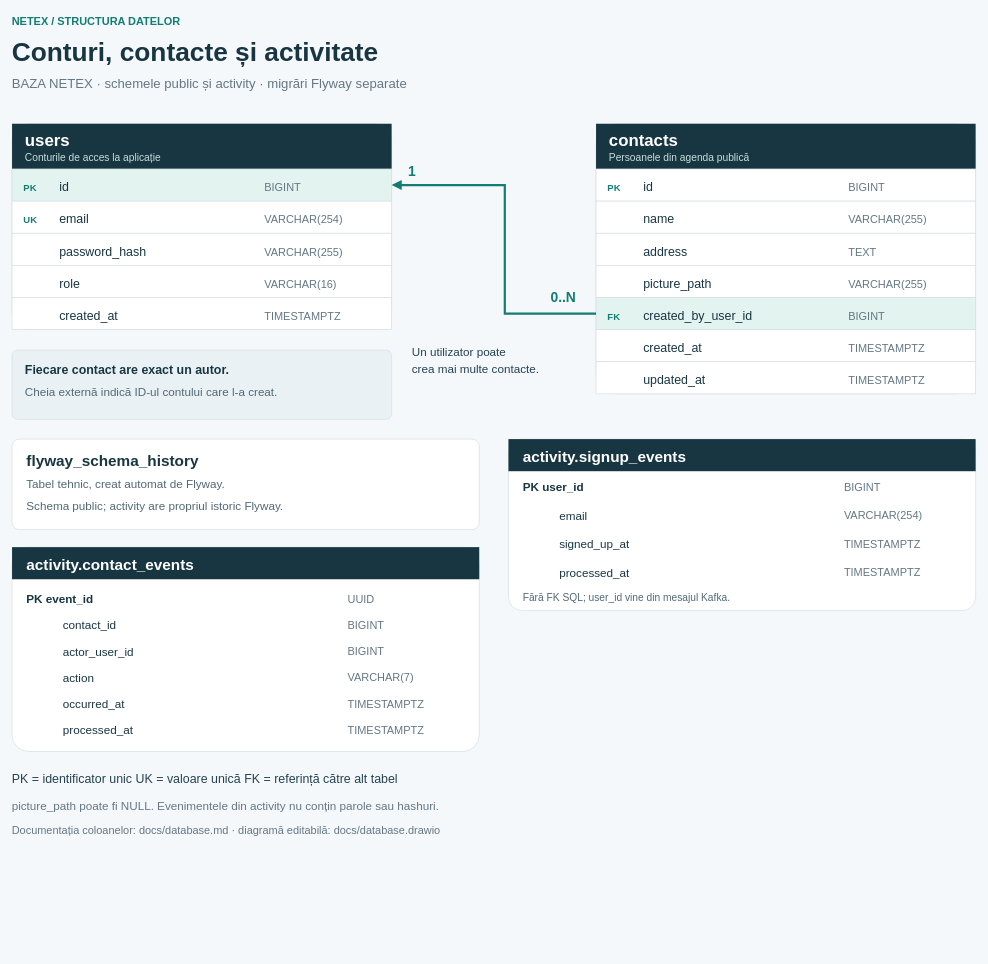
The draw.io diagram docs/database.drawio in MonkeyFonkey1/netex_project, before the edit. Source tidied: cells renumbered, new cells numbered last; positions are measured from the earlier drawing's top-left corner, leaving out a move shared by most shapes. Both pictures are drawn from the tidied source at 73%, with x=0, y=0 at pixel (12, 12).
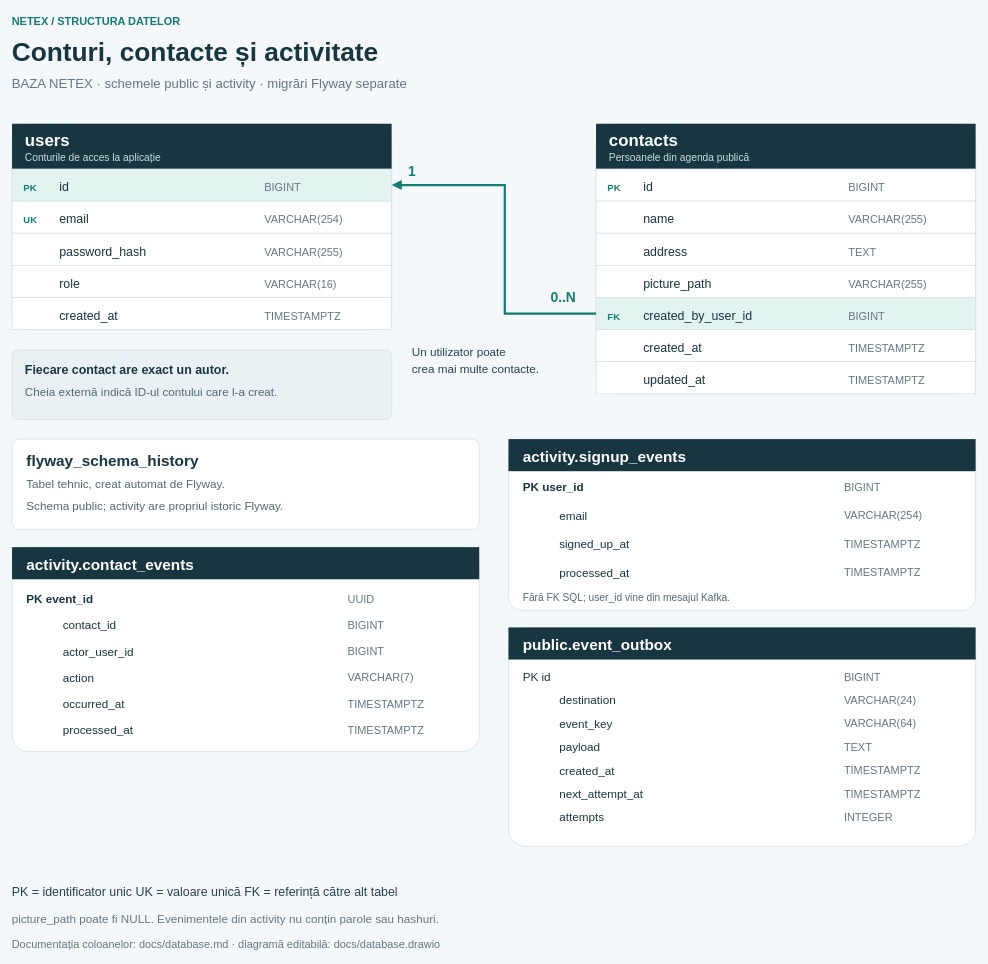
The same page after the edit.

Diff of the diagram source:
```diff
@@
+    <mxCell id="95" style="rounded=1;arcSize=8;fillColor=#ffffff;strokeColor=#d5e0e6;" parent="1" vertex="1">
+      <mxGeometry x="680" y="843" width="640" height="300" as="geometry" />
+    </mxCell>
+    <mxCell id="96" style="rounded=0;fillColor=#183642;strokeColor=none;" parent="1" vertex="1">
+      <mxGeometry x="680" y="843" width="640" height="44" as="geometry" />
+    </mxCell>
+    <mxCell id="97" value="public.event_outbox" style="text;html=0;align=left;verticalAlign=middle;spacing=0;fontFamily=Arial;fontSize=21;fontColor=#ffffff;fontStyle=1;" parent="1" vertex="1">
+      <mxGeometry x="700" y="851" width="580" height="29" as="geometry" />
+    </mxCell>
+    <mxCell id="98" value="PK   id" style="text;html=0;align=left;verticalAlign=middle;spacing=0;fontFamily=Arial;fontSize=16;fontColor=#183642;" parent="1" vertex="1">
+      <mxGeometry x="700" y="898" width="350" height="24" as="geometry" />
+    </mxCell>
+    <mxCell id="99" value="BIGINT" style="text;html=0;align=left;verticalAlign=middle;spacing=0;fontFamily=Arial;fontSize=15;fontColor=#647784;" parent="1" vertex="1">
+      <mxGeometry x="1140" y="898" width="160" height="24" as="geometry" />
+    </mxCell>
+    <mxCell id="100" value="destination" style="text;html=0;align=left;verticalAlign=middle;spacing=0;fontFamily=Arial;fontSize=16;fontColor=#183642;" parent="1" vertex="1">
+      <mxGeometry x="750" y="930" width="350" height="24" as="geometry" />
+    </mxCell>
+    <mxCell id="101" value="VARCHAR(24)" style="text;html=0;align=left;verticalAlign=middle;spacing=0;fontFamily=Arial;fontSize=15;fontColor=#647784;" parent="1" vertex="1">
+      <mxGeometry x="1140" y="930" width="160" height="24" as="geometry" />
+    </mxCell>
+    <mxCell id="102" value="event_key" style="text;html=0;align=left;verticalAlign=middle;spacing=0;fontFamily=Arial;fontSize=16;fontColor=#183642;" parent="1" vertex="1">
+      <mxGeometry x="750" y="962" width="350" height="24" as="geometry" />
+    </mxCell>
+    <mxCell id="103" value="VARCHAR(64)" style="text;html=0;align=left;verticalAlign=middle;spacing=0;fontFamily=Arial;fontSize=15;fontColor=#647784;" parent="1" vertex="1">
+      <mxGeometry x="1140" y="962" width="160" height="24" as="geometry" />
+    </mxCell>
+    <mxCell id="104" value="payload" style="text;html=0;align=left;verticalAlign=middle;spacing=0;fontFamily=Arial;fontSize=16;fontColor=#183642;" parent="1" vertex="1">
+      <mxGeometry x="750" y="994" width="350" height="24" as="geometry" />
+    </mxCell>
+    <mxCell id="105" value="TEXT" style="text;html=0;align=left;verticalAlign=middle;spacing=0;fontFamily=Arial;fontSize=15;fontColor=#647784;" parent="1" vertex="1">
+      <mxGeometry x="1140" y="994" width="160" height="24" as="geometry" />
+    </mxCell>
+    <mxCell id="106" value="created_at" style="text;html=0;align=left;verticalAlign=middle;spacing=0;fontFamily=Arial;fontSize=16;fontColor=#183642;" parent="1" vertex="1">
+      <mxGeometry x="750" y="1026" width="350" height="24" as="geometry" />
+    </mxCell>
+    <mxCell id="107" value="TIMESTAMPTZ" style="text;html=0;align=left;verticalAlign=middle;spacing=0;fontFamily=Arial;fontSize=15;fontColor=#647784;" parent="1" vertex="1">
+      <mxGeometry x="1140" y="1026" width="160" height="24" as="geometry" />
+    </mxCell>
+    <mxCell id="108" value="next_attempt_at" style="text;html=0;align=left;verticalAlign=middle;spacing=0;fontFamily=Arial;fontSize=16;fontColor=#183642;" parent="1" vertex="1">
+      <mxGeometry x="750" y="1058" width="350" height="24" as="geometry" />
+    </mxCell>
+    <mxCell id="109" value="TIMESTAMPTZ" style="text;html=0;align=left;verticalAlign=middle;spacing=0;fontFamily=Arial;fontSize=15;fontColor=#647784;" parent="1" vertex="1">
+      <mxGeometry x="1140" y="1058" width="160" height="24" as="geometry" />
+    </mxCell>
+    <mxCell id="110" value="attempts" style="text;html=0;align=left;verticalAlign=middle;spacing=0;fontFamily=Arial;fontSize=16;fontColor=#183642;" parent="1" vertex="1">
+      <mxGeometry x="750" y="1090" width="350" height="24" as="geometry" />
+    </mxCell>
+    <mxCell id="111" value="INTEGER" style="text;html=0;align=left;verticalAlign=middle;spacing=0;fontFamily=Arial;fontSize=15;fontColor=#647784;" parent="1" vertex="1">
+      <mxGeometry x="1140" y="1090" width="160" height="24" as="geometry" />
+    </mxCell>
     <mxCell id="92" value="PK = identificator unic     UK = valoare unică     FK = referință către alt tabel" style="text;html=0;align=left;verticalAlign=middle;spacing=0;fontFamily=Arial;fontSize=17;fontColor=#254252;fontStyle=0;" parent="1" vertex="1">
-      <mxGeometry y="1036" width="1250" height="25" as="geometry" />
+      <mxGeometry y="1191" width="1250" height="25" as="geometry" />
     </mxCell>
     <mxCell id="93" value="picture_path poate fi NULL. Evenimentele din activity nu conțin parole sau hashuri." style="text;html=0;align=left;verticalAlign=middle;spacing=0;fontFamily=Arial;fontSize=16;fontColor=#647784;fontStyle=0;" parent="1" vertex="1">
-      <mxGeometry y="1074" width="1300" height="24" as="geometry" />
+      <mxGeometry y="1229" width="1300" height="24" as="geometry" />
     </mxCell>
     <mxCell id="94" value="Documentația coloanelor: docs/database.md · diagramă editabilă: docs/database.drawio" style="text;html=0;align=left;verticalAlign=middle;spacing=0;fontFamily=Arial;fontSize=15;fontColor=#647784;fontStyle=0;" parent="1" vertex="1">
-      <mxGeometry y="1109" width="1300" height="23" as="geometry" />
+      <mxGeometry y="1264" width="1300" height="23" as="geometry" />
     </mxCell>
```
